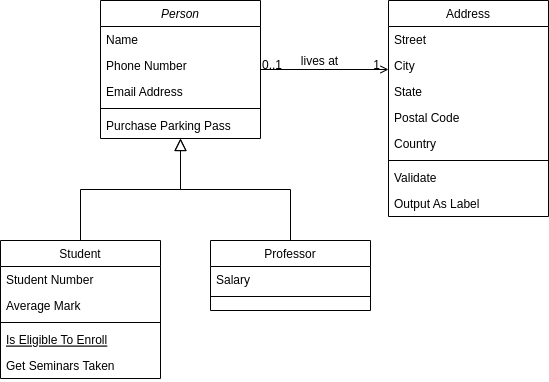
Above: gestion-academica.png in aday-ctr/gestion-academica (draw.io), before the change. Source tidied: cells renumbered, new cells last; positions are measured from the earlier drawing's top-left corner, leaving out a move shared by most shapes.
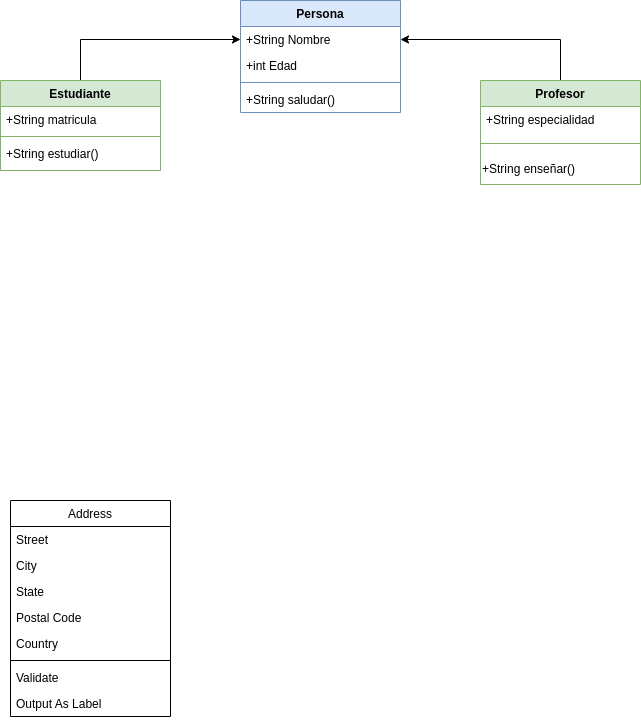
After the commit.

Change to the diagram source:
```diff
@@ -2,59 +2,53 @@
   <root>
     <mxCell id="0" />
     <mxCell id="1" parent="0" />
-    <mxCell id="2" value="Person" style="swimlane;fontStyle=2;align=center;verticalAlign=top;horizontal=1;startSize=26;rounded=0;shadow=0;strokeWidth=1;" parent="1" vertex="1">
-      <mxGeometry x="100" width="160" height="138" as="geometry" />
+    <mxCell id="2" value="Persona" style="swimlane;fontStyle=1;align=center;verticalAlign=top;horizontal=1;startSize=26;rounded=0;shadow=0;strokeWidth=1;fillColor=#dae8fc;strokeColor=#6c8ebf;" parent="1" vertex="1">
+      <mxGeometry x="200" width="160" height="112" as="geometry" />
     </mxCell>
-    <mxCell id="3" value="Name" style="text;align=left;verticalAlign=top;spacingLeft=4;spacingRight=4;overflow=hidden;points=[[0,0.5],[1,0.5]];portConstraint=eastwest;" parent="2" vertex="1">
+    <mxCell id="3" value="+String Nombre" style="text;align=left;verticalAlign=top;spacingLeft=4;spacingRight=4;overflow=hidden;points=[[0,0.5],[1,0.5]];portConstraint=eastwest;" parent="2" vertex="1">
       <mxGeometry y="26" width="160" height="26" as="geometry" />
     </mxCell>
-    <mxCell id="4" value="Phone Number" style="text;align=left;verticalAlign=top;spacingLeft=4;spacingRight=4;overflow=hidden;rounded=0;shadow=0;html=0;" parent="2" vertex="1">
+    <mxCell id="4" value="+int Edad" style="text;align=left;verticalAlign=top;spacingLeft=4;spacingRight=4;overflow=hidden;rounded=0;shadow=0;html=0;" parent="2" vertex="1">
       <mxGeometry y="52" width="160" height="26" as="geometry" />
     </mxCell>
-    <mxCell id="5" value="Email Address" style="text;align=left;verticalAlign=top;spacingLeft=4;spacingRight=4;overflow=hidden;rounded=0;shadow=0;html=0;" parent="2" vertex="1">
-      <mxGeometry y="78" width="160" height="26" as="geometry" />
-    </mxCell>
-    <mxCell id="6" style="line;html=1;strokeWidth=1;align=left;verticalAlign=middle;spacingTop=-1;spacingLeft=3;spacingRight=3;labelPosition=right;" parent="2" vertex="1">
-      <mxGeometry y="104" width="160" height="8" as="geometry" />
+    <mxCell id="6" style="line;html=1;strokeWidth=1;align=left;verticalAlign=middle;spacingTop=-1;spacingLeft=3;spacingRight=3;labelPosition=right;fillColor=#dae8fc;strokeColor=#6c8ebf;" parent="2" vertex="1">
+      <mxGeometry y="78" width="160" height="8" as="geometry" />
     </mxCell>
-    <mxCell id="7" value="Purchase Parking Pass" style="text;align=left;verticalAlign=top;spacingLeft=4;spacingRight=4;overflow=hidden;" parent="2" vertex="1">
-      <mxGeometry y="112" width="160" height="26" as="geometry" />
+    <mxCell id="7" value="+String saludar()" style="text;align=left;verticalAlign=top;spacingLeft=4;spacingRight=4;overflow=hidden;" parent="2" vertex="1">
+      <mxGeometry y="86" width="160" height="26" as="geometry" />
     </mxCell>
+    <mxCell id="32" style="edgeStyle=orthogonalEdgeStyle;rounded=0;jettySize=auto;html=1;exitX=0.5;exitY=0;exitDx=0;exitDy=0;entryX=0;entryY=0.5;entryDx=0;entryDy=0;" parent="1" edge="1" source="8" target="3">
+      <mxGeometry relative="1" as="geometry" />
+    </mxCell>
-    <mxCell id="8" value="Student" style="swimlane;fontStyle=0;align=center;verticalAlign=top;horizontal=1;startSize=26;rounded=0;shadow=0;strokeWidth=1;" parent="1" vertex="1">
-      <mxGeometry y="240" width="160" height="138" as="geometry" />
+    <mxCell id="8" value="Estudiante" style="swimlane;fontStyle=1;align=center;verticalAlign=top;horizontal=1;startSize=26;rounded=0;shadow=0;strokeWidth=1;fillColor=#d5e8d4;strokeColor=#82b366;" parent="1" vertex="1">
+      <mxGeometry x="-40" y="80" width="160" height="90" as="geometry" />
     </mxCell>
-    <mxCell id="9" value="Student Number" style="text;align=left;verticalAlign=top;spacingLeft=4;spacingRight=4;overflow=hidden;" parent="8" vertex="1">
+    <mxCell id="9" value="+String matricula" style="text;align=left;verticalAlign=top;spacingLeft=4;spacingRight=4;overflow=hidden;" parent="8" vertex="1">
       <mxGeometry y="26" width="160" height="26" as="geometry" />
     </mxCell>
-    <mxCell id="10" value="Average Mark" style="text;align=left;verticalAlign=top;spacingLeft=4;spacingRight=4;overflow=hidden;rounded=0;shadow=0;html=0;" parent="8" vertex="1">
-      <mxGeometry y="52" width="160" height="26" as="geometry" />
-    </mxCell>
-    <mxCell id="11" style="line;html=1;strokeWidth=1;align=left;verticalAlign=middle;spacingTop=-1;spacingLeft=3;spacingRight=3;labelPosition=right;" parent="8" vertex="1">
-      <mxGeometry y="78" width="160" height="8" as="geometry" />
+    <mxCell id="11" style="line;html=1;strokeWidth=1;align=left;verticalAlign=middle;spacingTop=-1;spacingLeft=3;spacingRight=3;labelPosition=right;fillColor=#d5e8d4;strokeColor=#82b366;" parent="8" vertex="1">
+      <mxGeometry y="52" width="160" height="8" as="geometry" />
     </mxCell>
-    <mxCell id="12" value="Is Eligible To Enroll" style="text;align=left;verticalAlign=top;spacingLeft=4;spacingRight=4;overflow=hidden;fontStyle=4;" parent="8" vertex="1">
-      <mxGeometry y="86" width="160" height="26" as="geometry" />
+    <mxCell id="12" value="+String estudiar()" style="text;align=left;verticalAlign=top;spacingLeft=4;spacingRight=4;overflow=hidden;fontStyle=0;" parent="8" vertex="1">
+      <mxGeometry y="60" width="160" height="26" as="geometry" />
     </mxCell>
-    <mxCell id="13" value="Get Seminars Taken" style="text;align=left;verticalAlign=top;spacingLeft=4;spacingRight=4;overflow=hidden;" parent="8" vertex="1">
-      <mxGeometry y="112" width="160" height="26" as="geometry" />
-    </mxCell>
-    <mxCell id="14" style="endArrow=block;endSize=10;endFill=0;shadow=0;strokeWidth=1;rounded=0;curved=0;edgeStyle=elbowEdgeStyle;elbow=vertical;" parent="1" edge="1" source="8" target="2">
-      <mxGeometry relative="1" as="geometry" />
-    </mxCell>
+    <mxCell id="33" style="edgeStyle=orthogonalEdgeStyle;rounded=0;jettySize=auto;html=1;exitX=0.5;exitY=0;exitDx=0;exitDy=0;entryX=1;entryY=0.5;entryDx=0;entryDy=0;" parent="1" edge="1" source="15" target="3">
+      <mxGeometry relative="1" as="geometry" />
+    </mxCell>
-    <mxCell id="15" value="Professor" style="swimlane;fontStyle=0;align=center;verticalAlign=top;horizontal=1;startSize=26;rounded=0;shadow=0;strokeWidth=1;" parent="1" vertex="1">
-      <mxGeometry x="210" y="240" width="160" height="70" as="geometry" />
+    <mxCell id="15" value="Profesor" style="swimlane;fontStyle=1;align=center;verticalAlign=top;horizontal=1;startSize=26;rounded=0;shadow=0;strokeWidth=1;fillColor=#d5e8d4;strokeColor=#82b366;" parent="1" vertex="1">
+      <mxGeometry x="440" y="80" width="160" height="104" as="geometry" />
     </mxCell>
-    <mxCell id="16" value="Salary" style="text;align=left;verticalAlign=top;spacingLeft=4;spacingRight=4;overflow=hidden;" parent="15" vertex="1">
+    <mxCell id="16" value="+String especialidad" style="text;align=left;verticalAlign=top;spacingLeft=4;spacingRight=4;overflow=hidden;" parent="15" vertex="1">
       <mxGeometry y="26" width="160" height="26" as="geometry" />
     </mxCell>
-    <mxCell id="17" style="line;html=1;strokeWidth=1;align=left;verticalAlign=middle;spacingTop=-1;spacingLeft=3;spacingRight=3;labelPosition=right;" parent="15" vertex="1">
-      <mxGeometry y="52" width="160" height="8" as="geometry" />
+    <mxCell id="17" style="line;html=1;strokeWidth=1;align=left;verticalAlign=middle;spacingTop=-1;spacingLeft=3;spacingRight=3;labelPosition=right;fillColor=#d5e8d4;strokeColor=#82b366;" parent="15" vertex="1">
+      <mxGeometry y="52" width="160" height="22" as="geometry" />
     </mxCell>
-    <mxCell id="18" style="endArrow=block;endSize=10;endFill=0;shadow=0;strokeWidth=1;rounded=0;curved=0;edgeStyle=elbowEdgeStyle;elbow=vertical;" parent="1" edge="1" source="15" target="2">
-      <mxGeometry relative="1" as="geometry" />
-    </mxCell>
+    <mxCell id="34" value="+String enseñar()" style="text;html=1;align=left;verticalAlign=middle;strokeColor=none;fillColor=none;" parent="15" vertex="1">
+      <mxGeometry y="74" width="160" height="30" as="geometry" />
+    </mxCell>
     <mxCell id="19" value="Address" style="swimlane;fontStyle=0;align=center;verticalAlign=top;horizontal=1;startSize=26;rounded=0;shadow=0;strokeWidth=1;" parent="1" vertex="1">
-      <mxGeometry x="388" width="160" height="216" as="geometry" />
+      <mxGeometry x="-30" y="500" width="160" height="216" as="geometry" />
     </mxCell>
     <mxCell id="20" value="Street" style="text;align=left;verticalAlign=top;spacingLeft=4;spacingRight=4;overflow=hidden;" parent="19" vertex="1">
       <mxGeometry y="26" width="160" height="26" as="geometry" />
@@ -80,25 +74,5 @@
     <mxCell id="27" value="Output As Label" style="text;align=left;verticalAlign=top;spacingLeft=4;spacingRight=4;overflow=hidden;" parent="19" vertex="1">
       <mxGeometry y="190" width="160" height="26" as="geometry" />
     </mxCell>
-    <mxCell id="28" style="endArrow=open;shadow=0;strokeWidth=1;rounded=0;curved=0;endFill=1;edgeStyle=elbowEdgeStyle;elbow=vertical;" parent="1" edge="1" source="2" target="19">
-      <mxGeometry x="0.5" y="41" relative="1" as="geometry">
-        <mxPoint x="-40" y="32" as="offset" />
-      </mxGeometry>
-    </mxCell>
-    <mxCell id="29" value="0..1" style="align=left;verticalAlign=bottom;labelBackgroundColor=none;fontSize=12;" parent="28" vertex="1">
-      <mxGeometry x="-1" relative="1" as="geometry">
-        <mxPoint y="4" as="offset" />
-      </mxGeometry>
-    </mxCell>
-    <mxCell id="30" value="1" style="align=right;verticalAlign=bottom;labelBackgroundColor=none;fontSize=12;" parent="28" vertex="1">
-      <mxGeometry x="1" relative="1" as="geometry">
-        <mxPoint x="-7" y="4" as="offset" />
-      </mxGeometry>
-    </mxCell>
-    <mxCell id="31" value="lives at" style="text;html=1;align=center;verticalAlign=middle;labelBackgroundColor=none;rounded=0;shadow=0;strokeWidth=1;fontSize=12;" parent="28" vertex="1">
-      <mxGeometry x="0.5" y="49" relative="1" as="geometry">
-        <mxPoint x="-38" y="40" as="offset" />
-      </mxGeometry>
-    </mxCell>
   </root>
 </mxGraphModel>
```
